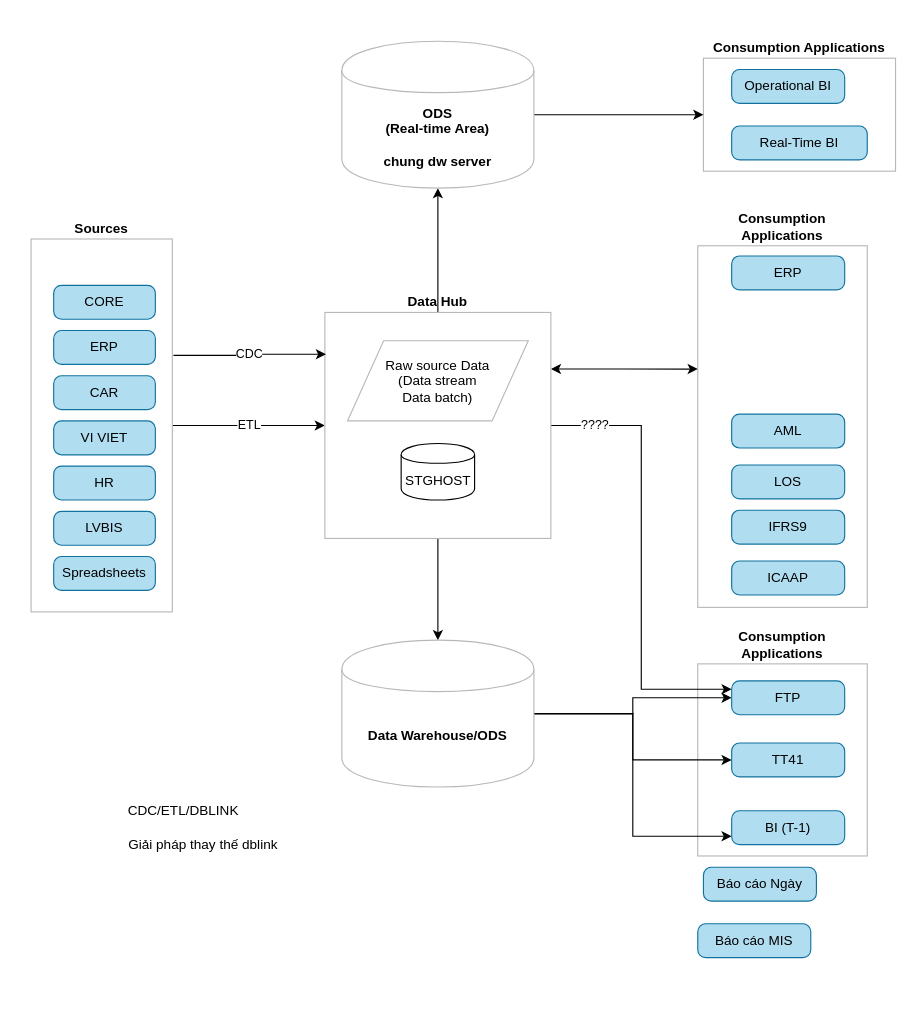
Earlier version of the draw.io diagram Data Hub.drawio (uyennt01/Project1). Source tidied: cells renumbered, new cells numbered last; positions are measured from the earlier drawing's top-left corner, leaving out a move shared by most shapes. Both pictures are drawn from the tidied source at 113%, with x=0, y=0 at pixel (31, 41).
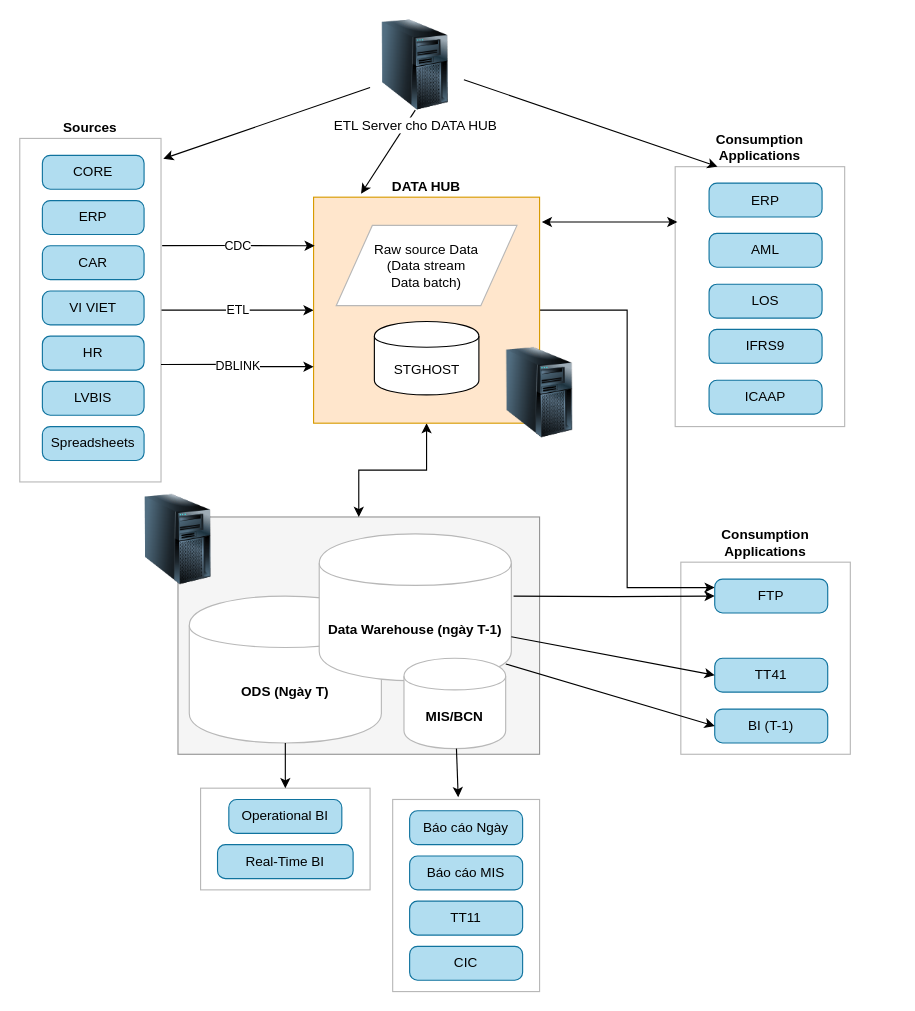
Above is the later version.

The edit, as a diff of the source:
```diff
@@
+    <mxCell id="42" style="rounded=0;whiteSpace=wrap;html=1;strokeColor=#B8B8B8;labelPosition=center;verticalLabelPosition=top;align=center;verticalAlign=bottom;fontStyle=1;" parent="1" vertex="1">
+      <mxGeometry x="320" y="671" width="130" height="170" as="geometry" />
+    </mxCell>
+    <mxCell id="43" style="endArrow=classic;html=1;exitX=0.5;exitY=1;exitDx=0;exitDy=0;entryX=0.21;entryY=-0.015;entryDx=0;entryDy=0;entryPerimeter=0;" parent="1" edge="1" source="50" target="11">
+      <mxGeometry relative="1" as="geometry" />
+    </mxCell>
+    <mxCell id="44" style="rounded=0;whiteSpace=wrap;html=1;strokeColor=#969696;fillColor=#f5f5f5;fontColor=#333333;" parent="1" vertex="1">
+      <mxGeometry x="130" y="421" width="320" height="210" as="geometry" />
+    </mxCell>
+    <mxCell id="45" value="ODS (Ngày T)" style="shape=cylinder;whiteSpace=wrap;html=1;boundedLbl=1;backgroundOutline=1;strokeColor=#B8B8B8;fontStyle=1;" parent="1" vertex="1">
+      <mxGeometry x="140" y="491" width="170" height="130" as="geometry" />
+    </mxCell>
     <mxCell id="2" value="Consumption Applications" style="rounded=0;whiteSpace=wrap;html=1;strokeColor=#B8B8B8;labelPosition=center;verticalLabelPosition=top;align=center;verticalAlign=bottom;fontStyle=1;" parent="1" vertex="1">
-      <mxGeometry x="590" y="551" width="150" height="170" as="geometry" />
+      <mxGeometry x="575" y="461" width="150" height="170" as="geometry" />
     </mxCell>
-    <mxCell id="3" value="Consumption Applications" style="rounded=0;whiteSpace=wrap;html=1;strokeColor=#B8B8B8;labelPosition=center;verticalLabelPosition=top;align=center;verticalAlign=bottom;fontStyle=1;" parent="1" vertex="1">
-      <mxGeometry x="595" y="15" width="170" height="100" as="geometry" />
-    </mxCell>
     <mxCell id="4" value="Consumption Applications" style="rounded=0;whiteSpace=wrap;html=1;strokeColor=#B8B8B8;labelPosition=center;verticalLabelPosition=top;align=center;verticalAlign=bottom;fontStyle=1;" parent="1" vertex="1">
-      <mxGeometry x="590" y="181" width="150" height="320" as="geometry" />
+      <mxGeometry x="570" y="111" width="150" height="230" as="geometry" />
     </mxCell>
@@
     <mxCell id="6" value="Sources" style="rounded=0;whiteSpace=wrap;html=1;strokeColor=#B8B8B8;labelPosition=center;verticalLabelPosition=top;align=center;verticalAlign=bottom;fontStyle=1;" parent="1" vertex="1">
-      <mxGeometry y="175" width="125" height="330" as="geometry" />
+      <mxGeometry x="-10" y="86" width="125" height="304" as="geometry" />
     </mxCell>
-    <mxCell id="7" style="edgeStyle=orthogonalEdgeStyle;rounded=0;jettySize=auto;html=1;" parent="1" edge="1" source="11" target="22">
+    <mxCell id="7" style="edgeStyle=orthogonalEdgeStyle;rounded=0;jettySize=auto;html=1;startArrow=classic;startFill=1;" parent="1" edge="1" source="11" target="44">
       <mxGeometry relative="1" as="geometry" />
     </mxCell>
-    <mxCell id="8" style="edgeStyle=orthogonalEdgeStyle;rounded=0;jettySize=auto;html=1;" parent="1" edge="1" source="11" target="24">
-      <mxGeometry relative="1" as="geometry" />
-    </mxCell>
-    <mxCell id="9" style="edgeStyle=orthogonalEdgeStyle;rounded=0;jettySize=auto;html=1;entryX=0;entryY=0.341;entryDx=0;entryDy=0;exitX=1;exitY=0.25;exitDx=0;exitDy=0;startArrow=classic;startFill=1;entryPerimeter=0;" parent="1" edge="1" source="11" target="4">
-      <mxGeometry relative="1" as="geometry" />
-    </mxCell>
-    <mxCell id="10" value="????" style="edgeStyle=orthogonalEdgeStyle;rounded=0;jettySize=auto;html=1;entryX=0;entryY=0.25;entryDx=0;entryDy=0;startArrow=none;startFill=0;" parent="1" edge="1" source="11" target="26">
+    <mxCell id="10" style="edgeStyle=orthogonalEdgeStyle;rounded=0;jettySize=auto;html=1;entryX=0;entryY=0.25;entryDx=0;entryDy=0;startArrow=none;startFill=0;" parent="1" edge="1" source="11" target="26">
       <mxGeometry x="-0.8" relative="1" as="geometry" />
     </mxCell>
-    <mxCell id="11" value="Data Hub" style="whiteSpace=wrap;html=1;strokeColor=#B8B8B8;labelPosition=center;verticalLabelPosition=top;align=center;verticalAlign=bottom;fontStyle=1;" parent="1" vertex="1">
-      <mxGeometry x="260" y="240" width="200" height="200" as="geometry" />
+    <mxCell id="11" value="DATA HUB" style="whiteSpace=wrap;html=1;strokeColor=#d79b00;labelPosition=center;verticalLabelPosition=top;align=center;verticalAlign=bottom;fontStyle=1;fillColor=#ffe6cc;" parent="1" vertex="1">
+      <mxGeometry x="250" y="138" width="200" height="200" as="geometry" />
     </mxCell>
     <mxCell id="12" value="HR" style="rounded=1;whiteSpace=wrap;html=1;absoluteArcSize=1;arcSize=14;strokeWidth=1;fillColor=#b1ddf0;strokeColor=#10739e;" parent="1" vertex="1">
-      <mxGeometry x="20" y="376" width="90" height="30" as="geometry" />
+      <mxGeometry x="10" y="261" width="90" height="30" as="geometry" />
     </mxCell>
     <mxCell id="13" value="Spreadsheets" style="rounded=1;whiteSpace=wrap;html=1;absoluteArcSize=1;arcSize=14;strokeWidth=1;fillColor=#b1ddf0;strokeColor=#10739e;" parent="1" vertex="1">
-      <mxGeometry x="20" y="456" width="90" height="30" as="geometry" />
+      <mxGeometry x="10" y="341" width="90" height="30" as="geometry" />
     </mxCell>
     <mxCell id="14" value="CORE" style="rounded=1;whiteSpace=wrap;html=1;absoluteArcSize=1;arcSize=14;strokeWidth=1;fillColor=#b1ddf0;strokeColor=#10739e;" parent="1" vertex="1">
-      <mxGeometry x="20" y="216" width="90" height="30" as="geometry" />
+      <mxGeometry x="10" y="101" width="90" height="30" as="geometry" />
     </mxCell>
     <mxCell id="15" value="LVBIS" style="rounded=1;whiteSpace=wrap;html=1;absoluteArcSize=1;arcSize=14;strokeWidth=1;fillColor=#b1ddf0;strokeColor=#10739e;" parent="1" vertex="1">
-      <mxGeometry x="20" y="416" width="90" height="30" as="geometry" />
+      <mxGeometry x="10" y="301" width="90" height="30" as="geometry" />
     </mxCell>
     <mxCell id="16" value="CAR" style="rounded=1;whiteSpace=wrap;html=1;absoluteArcSize=1;arcSize=14;strokeWidth=1;fillColor=#b1ddf0;strokeColor=#10739e;" parent="1" vertex="1">
-      <mxGeometry x="20" y="296" width="90" height="30" as="geometry" />
+      <mxGeometry x="10" y="181" width="90" height="30" as="geometry" />
     </mxCell>
     <mxCell id="17" value="ERP" style="rounded=1;whiteSpace=wrap;html=1;absoluteArcSize=1;arcSize=14;strokeWidth=1;fillColor=#b1ddf0;strokeColor=#10739e;" parent="1" vertex="1">
-      <mxGeometry x="20" y="256" width="90" height="30" as="geometry" />
+      <mxGeometry x="10" y="141" width="90" height="30" as="geometry" />
     </mxCell>
     <mxCell id="18" value="VI VIET" style="rounded=1;whiteSpace=wrap;html=1;absoluteArcSize=1;arcSize=14;strokeWidth=1;fillColor=#b1ddf0;strokeColor=#10739e;" parent="1" vertex="1">
-      <mxGeometry x="20" y="336" width="90" height="30" as="geometry" />
+      <mxGeometry x="10" y="221" width="90" height="30" as="geometry" />
     </mxCell>
-    <mxCell id="19" style="edgeStyle=orthogonalEdgeStyle;rounded=0;jettySize=auto;html=1;entryX=0;entryY=0.75;entryDx=0;entryDy=0;" parent="1" edge="1" source="22" target="34">
-      <mxGeometry relative="1" as="geometry" />
-    </mxCell>
-    <mxCell id="20" style="edgeStyle=orthogonalEdgeStyle;rounded=0;jettySize=auto;html=1;entryX=0;entryY=0.5;entryDx=0;entryDy=0;" parent="1" edge="1" source="22" target="27">
-      <mxGeometry relative="1" as="geometry" />
-    </mxCell>
-    <mxCell id="21" style="edgeStyle=orthogonalEdgeStyle;rounded=0;jettySize=auto;html=1;" parent="1" edge="1" source="22" target="26">
-      <mxGeometry relative="1" as="geometry" />
+    <mxCell id="21" style="edgeStyle=orthogonalEdgeStyle;rounded=0;jettySize=auto;html=1;" parent="1" edge="1" target="26">
+      <mxGeometry relative="1" as="geometry">
+        <mxPoint x="427" y="491" as="sourcePoint" />
+      </mxGeometry>
     </mxCell>
-    <mxCell id="22" value="Data Warehouse/ODS" style="shape=cylinder;whiteSpace=wrap;html=1;boundedLbl=1;backgroundOutline=1;strokeColor=#B8B8B8;fontStyle=1;" parent="1" vertex="1">
-      <mxGeometry x="275" y="530" width="170" height="130" as="geometry" />
+    <mxCell id="22" value="&lt;div&gt;Data Warehouse (ngày T-1)&lt;br&gt;&lt;/div&gt;" style="shape=cylinder;whiteSpace=wrap;html=1;boundedLbl=1;backgroundOutline=1;strokeColor=#B8B8B8;fontStyle=1;labelPosition=center;verticalLabelPosition=middle;align=center;verticalAlign=middle;" parent="1" vertex="1">
+      <mxGeometry x="255" y="436" width="170" height="130" as="geometry" />
     </mxCell>
-    <mxCell id="23" style="edgeStyle=orthogonalEdgeStyle;rounded=0;jettySize=auto;html=1;entryX=0;entryY=0.5;entryDx=0;entryDy=0;" parent="1" edge="1" source="24" target="3">
-      <mxGeometry relative="1" as="geometry" />
-    </mxCell>
-    <mxCell id="24" value="&lt;div&gt;ODS&lt;/div&gt;&lt;div&gt;(Real-time Area)&lt;br&gt;&lt;/div&gt;&lt;div&gt;&lt;br&gt;&lt;/div&gt;&lt;div&gt;chung dw server&lt;br&gt;&lt;/div&gt;" style="shape=cylinder;whiteSpace=wrap;html=1;boundedLbl=1;backgroundOutline=1;strokeColor=#B8B8B8;fontStyle=1;" parent="1" vertex="1">
-      <mxGeometry x="275" width="170" height="130" as="geometry" />
-    </mxCell>
     <mxCell id="25" value="ERP" style="rounded=1;whiteSpace=wrap;html=1;absoluteArcSize=1;arcSize=14;strokeWidth=1;fillColor=#b1ddf0;strokeColor=#10739e;" parent="1" vertex="1">
-      <mxGeometry x="620" y="190" width="100" height="30" as="geometry" />
+      <mxGeometry x="600" y="125.5" width="100" height="30" as="geometry" />
     </mxCell>
     <mxCell id="26" value="FTP" style="rounded=1;whiteSpace=wrap;html=1;absoluteArcSize=1;arcSize=14;strokeWidth=1;fillColor=#b1ddf0;strokeColor=#10739e;" parent="1" vertex="1">
-      <mxGeometry x="620" y="566" width="100" height="30" as="geometry" />
+      <mxGeometry x="605" y="476" width="100" height="30" as="geometry" />
     </mxCell>
     <mxCell id="27" value="TT41" style="rounded=1;whiteSpace=wrap;html=1;absoluteArcSize=1;arcSize=14;strokeWidth=1;fillColor=#b1ddf0;strokeColor=#10739e;" parent="1" vertex="1">
-      <mxGeometry x="620" y="621" width="100" height="30" as="geometry" />
+      <mxGeometry x="605" y="546" width="100" height="30" as="geometry" />
     </mxCell>
     <mxCell id="28" value="Báo cáo MIS" style="rounded=1;whiteSpace=wrap;html=1;absoluteArcSize=1;arcSize=14;strokeWidth=1;fillColor=#b1ddf0;strokeColor=#10739e;" parent="1" vertex="1">
-      <mxGeometry x="590" y="781" width="100" height="30" as="geometry" />
+      <mxGeometry x="335" y="721" width="100" height="30" as="geometry" />
     </mxCell>
     <mxCell id="29" value="Báo cáo Ngày" style="rounded=1;whiteSpace=wrap;html=1;absoluteArcSize=1;arcSize=14;strokeWidth=1;fillColor=#b1ddf0;strokeColor=#10739e;" parent="1" vertex="1">
-      <mxGeometry x="595" y="731" width="100" height="30" as="geometry" />
+      <mxGeometry x="335" y="681" width="100" height="30" as="geometry" />
     </mxCell>
     <mxCell id="30" value="AML" style="rounded=1;whiteSpace=wrap;html=1;absoluteArcSize=1;arcSize=14;strokeWidth=1;fillColor=#b1ddf0;strokeColor=#10739e;" parent="1" vertex="1">
-      <mxGeometry x="620" y="330" width="100" height="30" as="geometry" />
+      <mxGeometry x="600" y="170" width="100" height="30" as="geometry" />
     </mxCell>
     <mxCell id="31" value="LOS" style="rounded=1;whiteSpace=wrap;html=1;absoluteArcSize=1;arcSize=14;strokeWidth=1;fillColor=#b1ddf0;strokeColor=#10739e;" parent="1" vertex="1">
-      <mxGeometry x="620" y="375" width="100" height="30" as="geometry" />
+      <mxGeometry x="600" y="215" width="100" height="30" as="geometry" />
     </mxCell>
     <mxCell id="32" value="IFRS9" style="rounded=1;whiteSpace=wrap;html=1;absoluteArcSize=1;arcSize=14;strokeWidth=1;fillColor=#b1ddf0;strokeColor=#10739e;" parent="1" vertex="1">
-      <mxGeometry x="620" y="415" width="100" height="30" as="geometry" />
+      <mxGeometry x="600" y="255" width="100" height="30" as="geometry" />
     </mxCell>
     <mxCell id="33" value="ICAAP" style="rounded=1;whiteSpace=wrap;html=1;absoluteArcSize=1;arcSize=14;strokeWidth=1;fillColor=#b1ddf0;strokeColor=#10739e;" parent="1" vertex="1">
-      <mxGeometry x="620" y="460" width="100" height="30" as="geometry" />
+      <mxGeometry x="600" y="300" width="100" height="30" as="geometry" />
     </mxCell>
     <mxCell id="34" value="BI (T-1)" style="rounded=1;whiteSpace=wrap;html=1;absoluteArcSize=1;arcSize=14;strokeWidth=1;fillColor=#b1ddf0;strokeColor=#10739e;" parent="1" vertex="1">
-      <mxGeometry x="620" y="681" width="100" height="30" as="geometry" />
+      <mxGeometry x="605" y="591" width="100" height="30" as="geometry" />
     </mxCell>
-    <mxCell id="35" value="Operational BI" style="rounded=1;whiteSpace=wrap;html=1;absoluteArcSize=1;arcSize=14;strokeWidth=1;fillColor=#b1ddf0;strokeColor=#10739e;" parent="1" vertex="1">
-      <mxGeometry x="620" y="25" width="100" height="30" as="geometry" />
-    </mxCell>
-    <mxCell id="36" value="Real-Time BI" style="rounded=1;whiteSpace=wrap;html=1;absoluteArcSize=1;arcSize=14;strokeWidth=1;fillColor=#b1ddf0;strokeColor=#10739e;" parent="1" vertex="1">
-      <mxGeometry x="620" y="75" width="120" height="30" as="geometry" />
-    </mxCell>
     <mxCell id="37" value="&lt;div&gt;Raw source Data&lt;/div&gt;&lt;div&gt;&lt;div&gt;(Data stream&lt;br&gt;Data batch)&lt;/div&gt;&lt;/div&gt;" style="shape=parallelogram;perimeter=parallelogramPerimeter;whiteSpace=wrap;html=1;strokeColor=#B8B8B8;" parent="1" vertex="1">
-      <mxGeometry x="280" y="265" width="160" height="71" as="geometry" />
+      <mxGeometry x="270" y="163" width="160" height="71" as="geometry" />
     </mxCell>
-    <mxCell id="38" value="CDC" style="edgeStyle=orthogonalEdgeStyle;rounded=0;jettySize=auto;html=1;exitX=1.008;exitY=0.312;exitDx=0;exitDy=0;exitPerimeter=0;entryX=0.005;entryY=0.185;entryDx=0;entryDy=0;entryPerimeter=0;" parent="1" edge="1" source="6" target="11">
-      <mxGeometry relative="1" as="geometry" />
+    <mxCell id="38" value="CDC" style="edgeStyle=orthogonalEdgeStyle;rounded=0;jettySize=auto;html=1;exitX=1.008;exitY=0.312;exitDx=0;exitDy=0;exitPerimeter=0;" parent="1" edge="1" source="6">
+      <mxGeometry relative="1" as="geometry">
+        <mxPoint x="251" y="181" as="targetPoint" />
+      </mxGeometry>
     </mxCell>
     <mxCell id="39" value="STGHOST" style="shape=cylinder;whiteSpace=wrap;html=1;boundedLbl=1;backgroundOutline=1;" parent="1" vertex="1">
-      <mxGeometry x="327.5" y="356" width="65" height="50" as="geometry" />
+      <mxGeometry x="303.8" y="248" width="92.5" height="65" as="geometry" />
     </mxCell>
-    <mxCell id="40" value="CDC/ETL/DBLINK" style="text;html=1;strokeColor=none;fillColor=none;align=center;verticalAlign=middle;whiteSpace=wrap;rounded=0;" parent="1" vertex="1">
-      <mxGeometry x="70" y="671" width="130" height="20" as="geometry" />
-    </mxCell>
-    <mxCell id="41" value="Giải pháp thay thế dblink" style="text;html=1;strokeColor=none;fillColor=none;align=center;verticalAlign=middle;whiteSpace=wrap;rounded=0;" parent="1" vertex="1">
-      <mxGeometry x="60" y="701" width="185" height="20" as="geometry" />
-    </mxCell>
+    <mxCell id="46" style="group;" parent="1" vertex="1">
+      <mxGeometry x="150" y="661" width="150" height="90" as="geometry" />
+    </mxCell>
+    <mxCell id="3" style="rounded=0;whiteSpace=wrap;html=1;strokeColor=#B8B8B8;labelPosition=center;verticalLabelPosition=top;align=center;verticalAlign=bottom;fontStyle=1;" parent="46" vertex="1">
+      <mxGeometry width="150" height="90" as="geometry" />
+    </mxCell>
+    <mxCell id="35" value="Operational BI" style="rounded=1;whiteSpace=wrap;html=1;absoluteArcSize=1;arcSize=14;strokeWidth=1;fillColor=#b1ddf0;strokeColor=#10739e;" parent="46" vertex="1">
+      <mxGeometry x="25" y="10" width="100" height="30" as="geometry" />
+    </mxCell>
+    <mxCell id="36" value="Real-Time BI" style="rounded=1;whiteSpace=wrap;html=1;absoluteArcSize=1;arcSize=14;strokeWidth=1;fillColor=#b1ddf0;strokeColor=#10739e;" parent="46" vertex="1">
+      <mxGeometry x="15" y="50" width="120" height="30" as="geometry" />
+    </mxCell>
+    <mxCell id="47" style="endArrow=classic;html=1;exitX=0.5;exitY=1;exitDx=0;exitDy=0;entryX=0.5;entryY=0;entryDx=0;entryDy=0;" parent="1" edge="1" source="45" target="3">
+      <mxGeometry relative="1" as="geometry" />
+    </mxCell>
+    <mxCell id="48" value="MIS/BCN" style="shape=cylinder;whiteSpace=wrap;html=1;boundedLbl=1;backgroundOutline=1;strokeColor=#B8B8B8;fontStyle=1;" parent="1" vertex="1">
+      <mxGeometry x="330" y="546" width="90" height="80" as="geometry" />
+    </mxCell>
+    <mxCell id="49" value="DBLINK" style="edgeStyle=orthogonalEdgeStyle;rounded=0;jettySize=auto;html=1;entryX=0;entryY=0.75;entryDx=0;entryDy=0;exitX=1;exitY=0.658;exitDx=0;exitDy=0;exitPerimeter=0;" parent="1" edge="1" source="6" target="11">
+      <mxGeometry relative="1" as="geometry" />
+    </mxCell>
+    <mxCell id="20" style="endArrow=classic;html=1;exitX=1;exitY=0.7;exitDx=0;exitDy=0;entryX=0;entryY=0.5;entryDx=0;entryDy=0;" parent="1" edge="1" source="22" target="27">
+      <mxGeometry relative="1" as="geometry" />
+    </mxCell>
+    <mxCell id="19" style="endArrow=classic;html=1;entryX=0;entryY=0.5;entryDx=0;entryDy=0;exitX=0.971;exitY=0.885;exitDx=0;exitDy=0;exitPerimeter=0;" parent="1" edge="1" source="22" target="34">
+      <mxGeometry relative="1" as="geometry" />
+    </mxCell>
+    <mxCell id="50" value="ETL Server cho DATA HUB" style="image;html=1;labelBackgroundColor=#ffffff;image=img/lib/clip_art/computers/Server_Tower_128x128.png;strokeColor=#757575;" parent="1" vertex="1">
+      <mxGeometry x="300" y="-19" width="80" height="80" as="geometry" />
+    </mxCell>
+    <mxCell id="51" style="endArrow=classic;html=1;exitX=0;exitY=0.75;exitDx=0;exitDy=0;entryX=1.016;entryY=0.059;entryDx=0;entryDy=0;entryPerimeter=0;" parent="1" edge="1" source="50" target="6">
+      <mxGeometry relative="1" as="geometry" />
+    </mxCell>
+    <mxCell id="52" style="endArrow=classic;html=1;exitX=1.038;exitY=0.663;exitDx=0;exitDy=0;entryX=0.25;entryY=0;entryDx=0;entryDy=0;exitPerimeter=0;" parent="1" edge="1" source="50" target="4">
+      <mxGeometry relative="1" as="geometry" />
+    </mxCell>
+    <mxCell id="53" style="image;html=1;labelBackgroundColor=#ffffff;image=img/lib/clip_art/computers/Server_Tower_128x128.png;strokeColor=#757575;" parent="1" vertex="1">
+      <mxGeometry x="410" y="271" width="80" height="80" as="geometry" />
+    </mxCell>
+    <mxCell id="54" style="image;html=1;labelBackgroundColor=#ffffff;image=img/lib/clip_art/computers/Server_Tower_128x128.png;strokeColor=#757575;" parent="1" vertex="1">
+      <mxGeometry x="90" y="401" width="80" height="80" as="geometry" />
+    </mxCell>
+    <mxCell id="55" value="TT11" style="rounded=1;whiteSpace=wrap;html=1;absoluteArcSize=1;arcSize=14;strokeWidth=1;fillColor=#b1ddf0;strokeColor=#10739e;" parent="1" vertex="1">
+      <mxGeometry x="335" y="761" width="100" height="30" as="geometry" />
+    </mxCell>
+    <mxCell id="56" value="CIC" style="rounded=1;whiteSpace=wrap;html=1;absoluteArcSize=1;arcSize=14;strokeWidth=1;fillColor=#b1ddf0;strokeColor=#10739e;" parent="1" vertex="1">
+      <mxGeometry x="335" y="801" width="100" height="30" as="geometry" />
+    </mxCell>
+    <mxCell id="57" style="endArrow=classic;html=1;entryX=0.446;entryY=-0.012;entryDx=0;entryDy=0;entryPerimeter=0;" parent="1" edge="1" source="48" target="42">
+      <mxGeometry relative="1" as="geometry" />
+    </mxCell>
+    <mxCell id="9" style="endArrow=classic;startArrow=classic;html=1;entryX=0.013;entryY=0.213;entryDx=0;entryDy=0;entryPerimeter=0;exitX=1.01;exitY=0.11;exitDx=0;exitDy=0;exitPerimeter=0;" parent="1" edge="1" source="11" target="4">
+      <mxGeometry relative="1" as="geometry" />
+    </mxCell>
```
